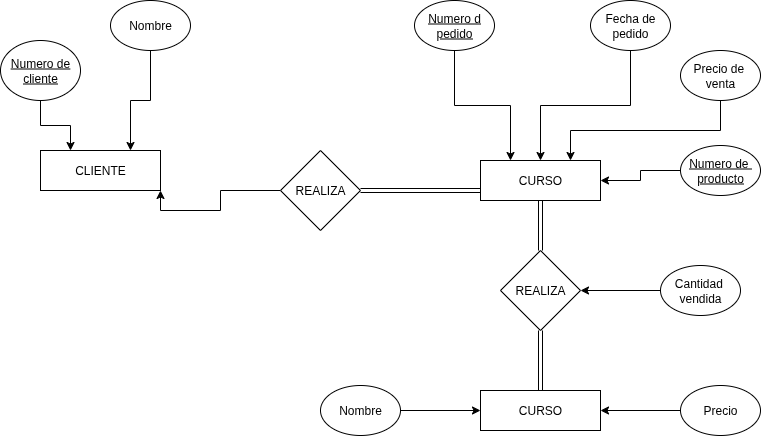
Above: img/ER/ER4.png in Yael020707/BaseDeDatosG2 (draw.io), before the change. Source tidied: cells renumbered, new cells last; positions are measured from the earlier drawing's top-left corner, leaving out a move shared by most shapes. Its diagram source:
```xml
<mxGraphModel>
  <root>
    <mxCell id="0" />
    <mxCell id="1" parent="0" />
    <mxCell id="2" value="CLIENTE" style="rounded=0;whiteSpace=wrap;html=1;" parent="1" vertex="1">
      <mxGeometry x="40" y="150" width="120" height="40" as="geometry" />
    </mxCell>
    <mxCell id="3" style="edgeStyle=orthogonalEdgeStyle;rounded=0;jettySize=auto;html=1;exitX=0.5;exitY=1;exitDx=0;exitDy=0;entryX=0.25;entryY=0;entryDx=0;entryDy=0;" parent="1" edge="1" source="4" target="2">
      <mxGeometry relative="1" as="geometry" />
    </mxCell>
    <mxCell id="4" value="Numero de cliente" style="ellipse;whiteSpace=wrap;html=1;fontStyle=4;" parent="1" vertex="1">
      <mxGeometry y="40" width="80" height="60" as="geometry" />
    </mxCell>
    <mxCell id="5" style="edgeStyle=orthogonalEdgeStyle;rounded=0;jettySize=auto;html=1;exitX=0.5;exitY=1;exitDx=0;exitDy=0;entryX=0.75;entryY=0;entryDx=0;entryDy=0;" parent="1" edge="1" source="6" target="2">
      <mxGeometry relative="1" as="geometry" />
    </mxCell>
    <mxCell id="6" value="Nombre" style="ellipse;whiteSpace=wrap;html=1;" parent="1" vertex="1">
      <mxGeometry x="110" width="80" height="50" as="geometry" />
    </mxCell>
    <mxCell id="7" style="edgeStyle=orthogonalEdgeStyle;rounded=0;jettySize=auto;html=1;exitX=0;exitY=0.5;exitDx=0;exitDy=0;entryX=1;entryY=1;entryDx=0;entryDy=0;" parent="1" edge="1" source="8" target="2">
      <mxGeometry relative="1" as="geometry" />
    </mxCell>
    <mxCell id="8" value="REALIZA" style="rhombus;whiteSpace=wrap;html=1;" parent="1" vertex="1">
      <mxGeometry x="280" y="150" width="80" height="80" as="geometry" />
    </mxCell>
    <mxCell id="9" style="edgeStyle=orthogonalEdgeStyle;rounded=0;jettySize=auto;html=1;exitX=0;exitY=0.75;exitDx=0;exitDy=0;shape=link;endArrow=none;endFill=0;" parent="1" edge="1" source="10" target="8">
      <mxGeometry relative="1" as="geometry" />
    </mxCell>
    <mxCell id="10" value="CURSO" style="rounded=0;whiteSpace=wrap;html=1;" parent="1" vertex="1">
      <mxGeometry x="480" y="160" width="120" height="40" as="geometry" />
    </mxCell>
    <mxCell id="11" style="edgeStyle=orthogonalEdgeStyle;rounded=0;jettySize=auto;html=1;exitX=0.5;exitY=1;exitDx=0;exitDy=0;entryX=0.25;entryY=0;entryDx=0;entryDy=0;" parent="1" edge="1" source="12" target="10">
      <mxGeometry relative="1" as="geometry" />
    </mxCell>
    <mxCell id="12" value="&lt;u&gt;Numero d pedido&lt;/u&gt;" style="ellipse;whiteSpace=wrap;html=1;" parent="1" vertex="1">
      <mxGeometry x="414" width="80" height="50" as="geometry" />
    </mxCell>
    <mxCell id="13" style="edgeStyle=orthogonalEdgeStyle;rounded=0;jettySize=auto;html=1;exitX=0.5;exitY=1;exitDx=0;exitDy=0;entryX=0.5;entryY=0;entryDx=0;entryDy=0;" parent="1" edge="1" source="14" target="10">
      <mxGeometry relative="1" as="geometry" />
    </mxCell>
    <mxCell id="14" value="Fecha de pedido" style="ellipse;whiteSpace=wrap;html=1;" parent="1" vertex="1">
      <mxGeometry x="590" width="80" height="50" as="geometry" />
    </mxCell>
    <mxCell id="15" style="edgeStyle=orthogonalEdgeStyle;rounded=0;jettySize=auto;html=1;exitX=0.5;exitY=1;exitDx=0;exitDy=0;entryX=0.75;entryY=0;entryDx=0;entryDy=0;" parent="1" edge="1" source="16" target="10">
      <mxGeometry relative="1" as="geometry" />
    </mxCell>
    <mxCell id="16" value="Precio de&amp;nbsp;&lt;div&gt;venta&lt;/div&gt;" style="ellipse;whiteSpace=wrap;html=1;" parent="1" vertex="1">
      <mxGeometry x="680" y="50" width="80" height="50" as="geometry" />
    </mxCell>
    <mxCell id="17" style="edgeStyle=orthogonalEdgeStyle;rounded=0;jettySize=auto;html=1;exitX=0;exitY=0.5;exitDx=0;exitDy=0;" parent="1" edge="1" source="18" target="10">
      <mxGeometry relative="1" as="geometry" />
    </mxCell>
    <mxCell id="18" value="&lt;u&gt;Numero de&amp;nbsp;&lt;/u&gt;&lt;div&gt;&lt;u&gt;producto&lt;/u&gt;&lt;/div&gt;" style="ellipse;whiteSpace=wrap;html=1;" parent="1" vertex="1">
      <mxGeometry x="680" y="145" width="80" height="50" as="geometry" />
    </mxCell>
    <mxCell id="19" value="REALIZA" style="rhombus;whiteSpace=wrap;html=1;" parent="1" vertex="1">
      <mxGeometry x="500" y="250" width="80" height="80" as="geometry" />
    </mxCell>
    <mxCell id="20" style="edgeStyle=orthogonalEdgeStyle;rounded=0;jettySize=auto;html=1;shape=link;endArrow=none;endFill=0;" parent="1" edge="1" source="10" target="19">
      <mxGeometry relative="1" as="geometry" />
    </mxCell>
    <mxCell id="21" style="edgeStyle=orthogonalEdgeStyle;rounded=0;jettySize=auto;html=1;exitX=0.5;exitY=0;exitDx=0;exitDy=0;entryX=0.5;entryY=1;entryDx=0;entryDy=0;shape=link;" parent="1" edge="1" source="22" target="19">
      <mxGeometry relative="1" as="geometry" />
    </mxCell>
    <mxCell id="22" value="CURSO" style="rounded=0;whiteSpace=wrap;html=1;" parent="1" vertex="1">
      <mxGeometry x="480" y="390" width="120" height="40" as="geometry" />
    </mxCell>
    <mxCell id="23" style="edgeStyle=orthogonalEdgeStyle;rounded=0;jettySize=auto;html=1;exitX=1;exitY=0.5;exitDx=0;exitDy=0;" parent="1" edge="1" source="24" target="22">
      <mxGeometry relative="1" as="geometry" />
    </mxCell>
    <mxCell id="24" value="Nombre" style="ellipse;whiteSpace=wrap;html=1;" parent="1" vertex="1">
      <mxGeometry x="320" y="385" width="80" height="50" as="geometry" />
    </mxCell>
    <mxCell id="25" style="edgeStyle=orthogonalEdgeStyle;rounded=0;jettySize=auto;html=1;exitX=0;exitY=0.5;exitDx=0;exitDy=0;" parent="1" edge="1" source="26" target="22">
      <mxGeometry relative="1" as="geometry" />
    </mxCell>
    <mxCell id="26" value="Precio" style="ellipse;whiteSpace=wrap;html=1;" parent="1" vertex="1">
      <mxGeometry x="680" y="385" width="80" height="50" as="geometry" />
    </mxCell>
    <mxCell id="27" style="edgeStyle=orthogonalEdgeStyle;rounded=0;jettySize=auto;html=1;exitX=0;exitY=0.5;exitDx=0;exitDy=0;entryX=1;entryY=0.5;entryDx=0;entryDy=0;" parent="1" edge="1" source="28" target="19">
      <mxGeometry relative="1" as="geometry" />
    </mxCell>
    <mxCell id="28" value="Cantidad&amp;nbsp;&lt;div&gt;vendida&lt;/div&gt;" style="ellipse;whiteSpace=wrap;html=1;" parent="1" vertex="1">
      <mxGeometry x="660" y="265" width="80" height="50" as="geometry" />
    </mxCell>
  </root>
</mxGraphModel>
```
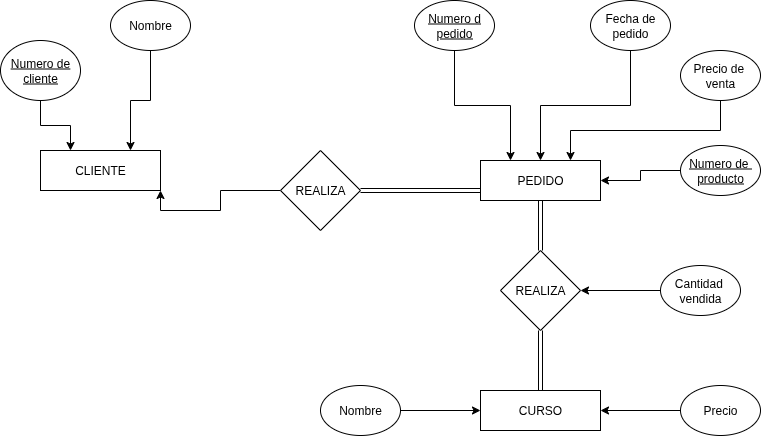
After the commit.

Diff of the diagram source:
```diff
@@ -26,7 +26,7 @@
     <mxCell id="9" style="edgeStyle=orthogonalEdgeStyle;rounded=0;jettySize=auto;html=1;exitX=0;exitY=0.75;exitDx=0;exitDy=0;shape=link;endArrow=none;endFill=0;" parent="1" edge="1" source="10" target="8">
       <mxGeometry relative="1" as="geometry" />
     </mxCell>
-    <mxCell id="10" value="CURSO" style="rounded=0;whiteSpace=wrap;html=1;" parent="1" vertex="1">
+    <mxCell id="10" value="PEDIDO" style="rounded=0;whiteSpace=wrap;html=1;" parent="1" vertex="1">
       <mxGeometry x="480" y="160" width="120" height="40" as="geometry" />
     </mxCell>
     <mxCell id="11" style="edgeStyle=orthogonalEdgeStyle;rounded=0;jettySize=auto;html=1;exitX=0.5;exitY=1;exitDx=0;exitDy=0;entryX=0.25;entryY=0;entryDx=0;entryDy=0;" parent="1" edge="1" source="12" target="10">
```
